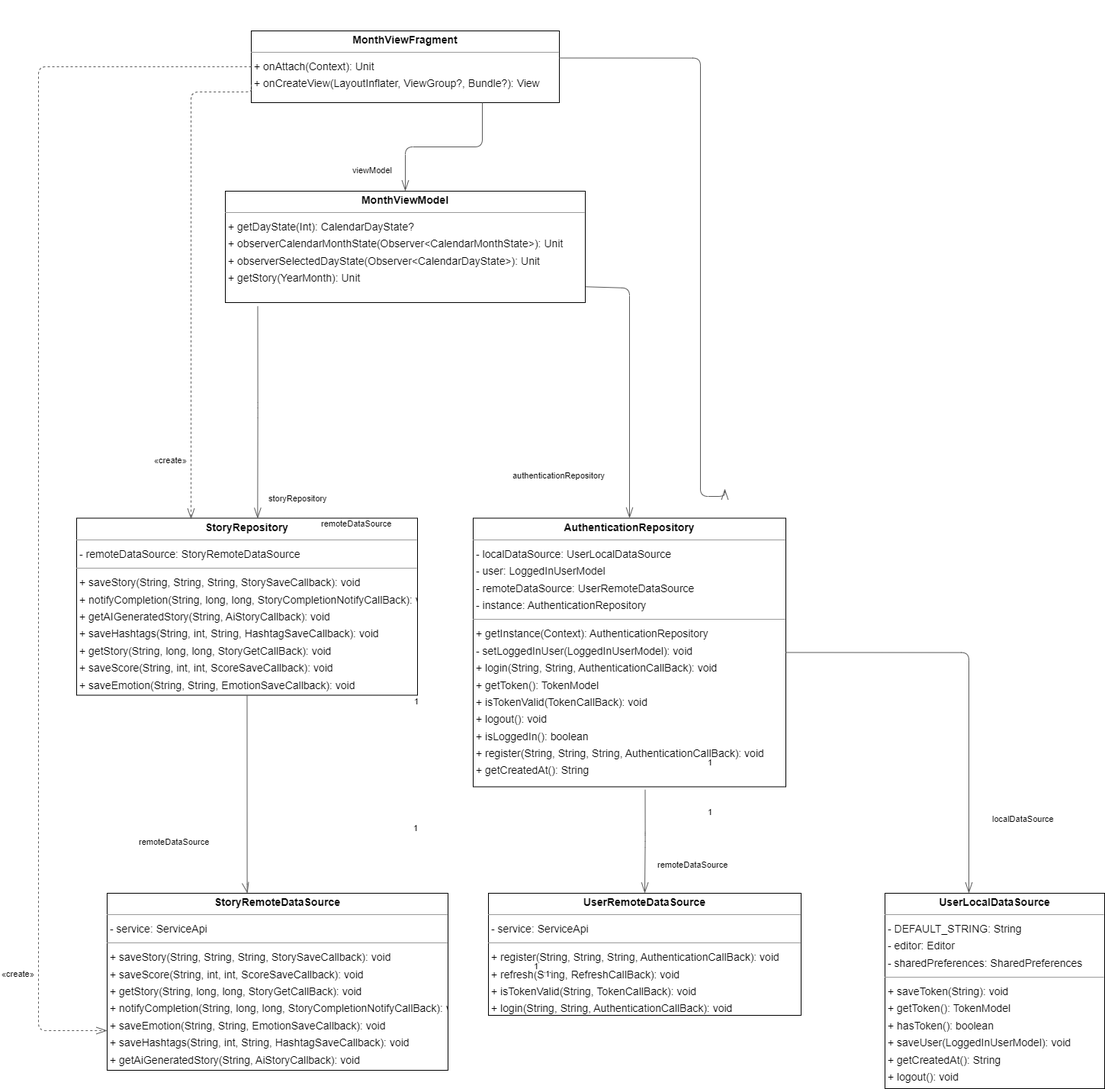
Earlier version of the draw.io export docs/images/MonthView (4).drawio.png (snuhcs-course/swpp-2023-project-team-18). Source tidied: cells renumbered, new cells last; positions are measured from the earlier drawing's top-left corner, leaving out a move shared by most shapes.
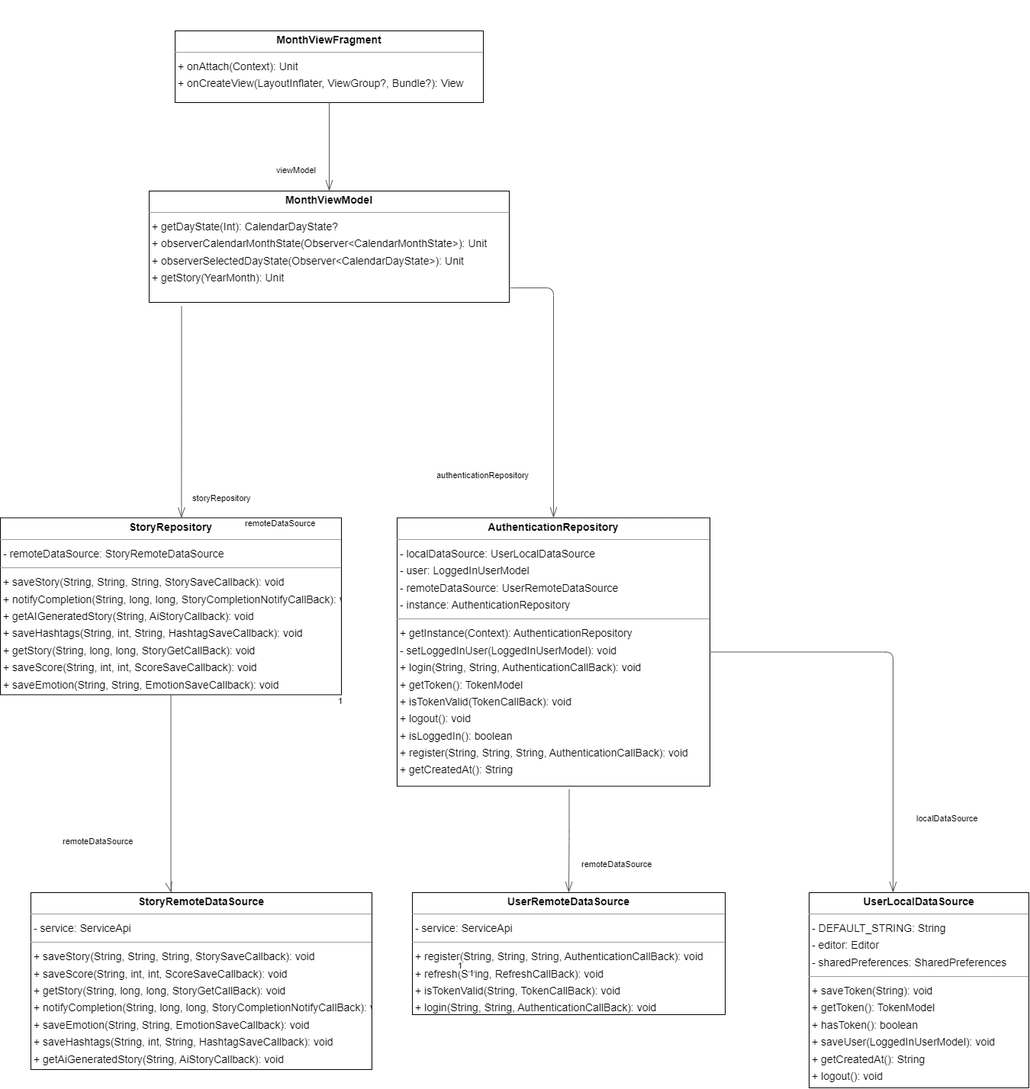
After the change.

Commit message:
chore: Remove unused lines and texts in diagrams

Change to the diagram source:
```diff
@@ -39,7 +39,7 @@
     <mxCell id="12" value="remoteDataSource" style="edgeLabel;html=1;align=left;verticalAlign=top;strokeColor=default;" parent="11" vertex="1">
       <mxGeometry x="500" y="790" as="geometry" />
     </mxCell>
-    <mxCell id="13" style="html=1;rounded=1;edgeStyle=orthogonalEdgeStyle;dashed=0;startArrow=diamondThinstartSize=12;endArrow=openThin;endSize=12;strokeColor=#595959;exitX=0.75;exitY=1;exitDx=0;exitDy=0;entryX=0.5;entryY=0;entryDx=0;entryDy=0;" parent="1" edge="1" source="3" target="4">
+    <mxCell id="13" style="html=1;rounded=1;edgeStyle=orthogonalEdgeStyle;dashed=0;startArrow=diamondThinstartSize=12;endArrow=openThin;endSize=12;strokeColor=#595959;exitX=0.5;exitY=1;exitDx=0;exitDy=0;entryX=0.5;entryY=0;entryDx=0;entryDy=0;" parent="1" edge="1" source="3" target="4">
       <mxGeometry relative="1" as="geometry" />
     </mxCell>
     <mxCell id="14" value="1" style="edgeLabel;html=1;align=left;verticalAlign=top;strokeColor=default;" parent="13" vertex="1">
@@ -51,29 +51,6 @@
     <mxCell id="16" value="viewModel" style="edgeLabel;html=1;align=left;verticalAlign=top;strokeColor=default;" parent="13" vertex="1">
       <mxGeometry x="100" y="-120" as="geometry" />
     </mxCell>
-    <mxCell id="17" style="html=1;rounded=1;edgeStyle=orthogonalEdgeStyle;dashed=1;startArrow=none;endArrow=openThin;endSize=12;strokeColor=#595959;exitX=0.000;exitY=0.500;exitDx=0;exitDy=0;" parent="1" edge="1" source="3" target="5">
-      <mxGeometry relative="1" as="geometry">
-        <Array as="points">
-          <mxPoint x="50" y="87" />
-          <mxPoint x="50" y="1350" />
-        </Array>
-      </mxGeometry>
-    </mxCell>
-    <mxCell id="18" value="«create»" style="edgeLabel;html=1;align=left;verticalAlign=top;strokeColor=default;" parent="17" vertex="1">
-      <mxGeometry x="-160" y="260" as="geometry" />
-    </mxCell>
-    <mxCell id="19" style="html=1;rounded=1;edgeStyle=orthogonalEdgeStyle;dashed=1;startArrow=none;endArrow=openThin;endSize=12;strokeColor=#595959;exitX=0;exitY=0.75;exitDx=0;exitDy=0;" parent="1" edge="1" source="3">
-      <mxGeometry relative="1" as="geometry">
-        <mxPoint x="250" y="680" as="targetPoint" />
-        <Array as="points">
-          <mxPoint x="330" y="120" />
-          <mxPoint x="250" y="120" />
-        </Array>
-      </mxGeometry>
-    </mxCell>
-    <mxCell id="20" value="«create»" style="edgeLabel;html=1;align=left;verticalAlign=top;strokeColor=default;" parent="19" vertex="1">
-      <mxGeometry x="-360" y="933" as="geometry" />
-    </mxCell>
     <mxCell id="21" style="html=1;rounded=1;edgeStyle=orthogonalEdgeStyle;dashed=0;startArrow=diamondThinstartSize=12;endArrow=openThin;endSize=12;strokeColor=#595959;entryX=0.5;entryY=0;entryDx=0;entryDy=0;exitX=1.001;exitY=0.858;exitDx=0;exitDy=0;exitPerimeter=0;" parent="1" edge="1" source="4" target="2">
       <mxGeometry relative="1" as="geometry">
         <Array as="points">
@@ -81,21 +58,12 @@
         </Array>
       </mxGeometry>
     </mxCell>
-    <mxCell id="22" value="1" style="edgeLabel;html=1;align=left;verticalAlign=top;strokeColor=default;" parent="21" vertex="1">
-      <mxGeometry x="566" y="721" as="geometry" />
-    </mxCell>
-    <mxCell id="23" value="1" style="edgeLabel;html=1;align=left;verticalAlign=top;strokeColor=default;" parent="21" vertex="1">
-      <mxGeometry x="566" y="656" as="geometry" />
-    </mxCell>
     <mxCell id="24" value="authenticationRepository" style="edgeLabel;html=1;align=left;verticalAlign=top;strokeColor=default;" parent="21" vertex="1">
       <mxGeometry x="310" y="280" as="geometry" />
     </mxCell>
     <mxCell id="25" style="html=1;rounded=1;edgeStyle=orthogonalEdgeStyle;dashed=0;startArrow=diamondThinstartSize=12;endArrow=openThin;endSize=12;strokeColor=#595959;exitX=0.09;exitY=1.035;exitDx=0;exitDy=0;entryX=0.531;entryY=0.002;entryDx=0;entryDy=0;entryPerimeter=0;exitPerimeter=0;" parent="1" edge="1" source="4" target="6">
       <mxGeometry relative="1" as="geometry" />
     </mxCell>
-    <mxCell id="26" value="1" style="edgeLabel;html=1;align=left;verticalAlign=top;strokeColor=default;" parent="25" vertex="1">
-      <mxGeometry x="180" y="742" as="geometry" />
-    </mxCell>
     <mxCell id="27" value="1" style="edgeLabel;html=1;align=left;verticalAlign=top;strokeColor=default;" parent="25" vertex="1">
       <mxGeometry x="181" y="576" as="geometry" />
     </mxCell>
@@ -116,26 +84,6 @@
     <mxCell id="31" value="remoteDataSource" style="edgeLabel;html=1;align=left;verticalAlign=top;strokeColor=default;" parent="1" vertex="1">
       <mxGeometry x="180" y="1090" as="geometry" />
     </mxCell>
-    <mxCell id="32" style="html=1;rounded=1;edgeStyle=orthogonalEdgeStyle;dashed=0;startArrow=diamondThinstartSize=12;endArrow=openThin;endSize=12;strokeColor=#595959;exitX=1;exitY=0.5;exitDx=0;exitDy=0;" parent="1" edge="1">
-      <mxGeometry relative="1" as="geometry">
-        <mxPoint x="733" y="75.5" as="sourcePoint" />
-        <mxPoint x="950" y="640" as="targetPoint" />
-        <Array as="points">
-          <mxPoint x="918" y="76" />
-          <mxPoint x="918" y="650" />
-          <mxPoint x="950" y="650" />
-        </Array>
-      </mxGeometry>
-    </mxCell>
-    <mxCell id="33" value="1" style="edgeLabel;html=1;align=left;verticalAlign=top;strokeColor=default;" parent="32" vertex="1">
-      <mxGeometry x="566" y="721" as="geometry" />
-    </mxCell>
-    <mxCell id="34" value="1" style="edgeLabel;html=1;align=left;verticalAlign=top;strokeColor=default;" parent="32" vertex="1">
-      <mxGeometry x="566" y="656" as="geometry" />
-    </mxCell>
-    <mxCell id="35" value="authenticationRepository" style="edgeLabel;html=1;align=left;verticalAlign=top;strokeColor=default;" parent="32" vertex="1">
-      <mxGeometry x="310" y="280" as="geometry" />
-    </mxCell>
     <mxCell id="36" style="edgeLabel;html=1;align=left;verticalAlign=top;strokeColor=default;" parent="1" vertex="1">
       <mxGeometry x="547" as="geometry" />
     </mxCell>
```
